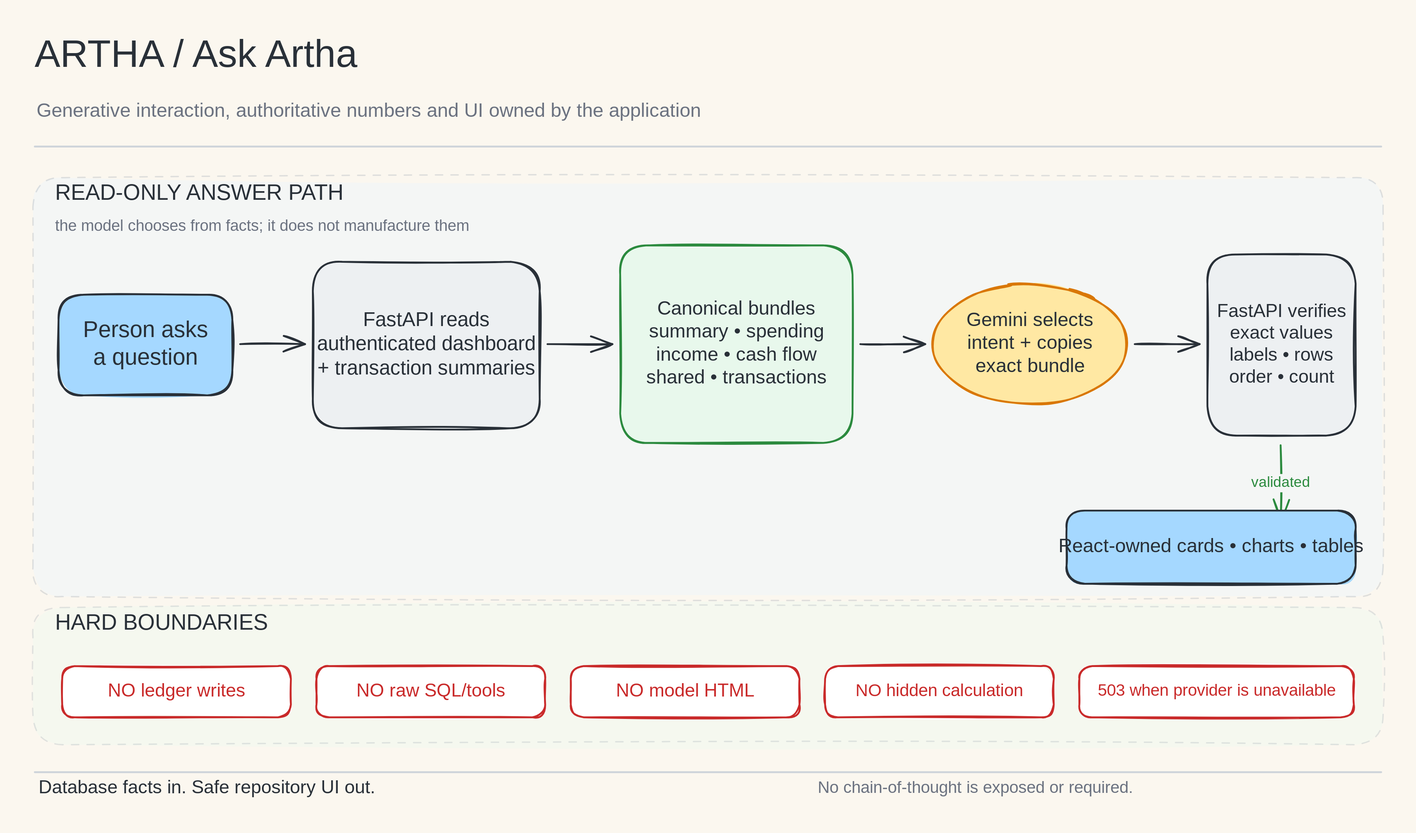
Earlier version of the Excalidraw export docs/artifacts/architecture/diagrams/artha-ask-artha.svg (snayan06/artha). Source tidied: one line per element, renumbered; positions are measured from the earlier drawing's top-left corner, leaving out a move shared by most shapes.
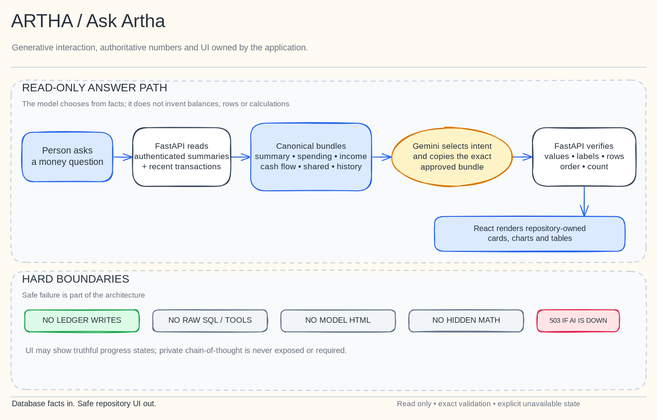
The same file after the commit.

Commit message:
docs: polish architecture diagram layouts

What changed in the source:
```diff
@@ -1,39 +1,40 @@
-{"id": 0, "type": "text", "text": "ARTHA / Ask Artha", "strokeColor": "#293038", "strokeWidth": 2, "roughness": 1, "fontSize": 42, "fontFamily": 5, "verticalAlign": "middle", "x": 2, "y": 0, "width": 349, "height": 52}
+{"id": 0, "type": "text", "text": "ARTHA / Ask Artha", "strokeColor": "#27313d", "strokeWidth": 2, "roughness": 1, "fontSize": 40, "fontFamily": 5, "verticalAlign": "middle", "x": -6, "y": -15, "width": 332, "height": 50}
-{"id": 1, "type": "text", "text": "Generative interaction, authoritative numbers and UI owned by the application", "strokeColor": "#6b7280", "strokeWidth": 2, "roughness": 1, "fontSize": 21, "fontFamily": 5, "verticalAlign": "middle", "x": 4, "y": 73, "width": 661, "height": 26}
-{"id": 2, "type": "line", "strokeColor": "#ced4da", "strokeWidth": 2, "roughness": 0, "x": 2, "y": 124, "width": 1472, "height": 0, "points": [[0, 0], [1472, 0]]}
-{"id": 3, "type": "rectangle", "strokeColor": "#adb5bd", "backgroundColor": "#e7f5ff", "fillStyle": "solid", "strokeWidth": 1, "strokeStyle": "dashed", "roughness": 1, "opacity": 38, "round": true, "x": 0, "y": 158, "width": 1476, "height": 458}
+{"id": 39, "type": "text", "text": "Generative interaction, authoritative numbers and UI owned by the application.", "strokeColor": "#6b7280", "strokeWidth": 2, "roughness": 1, "fontSize": 19, "fontFamily": 5, "verticalAlign": "middle", "x": -4, "y": 54, "width": 603, "height": 24}
+{"id": 40, "type": "line", "strokeColor": "#cbd5e1", "strokeWidth": 2, "roughness": 0, "x": -6, "y": 108, "width": 1388, "height": 0, "points": [[0, 0], [1388, 0]]}
+{"id": 41, "type": "rectangle", "strokeColor": "#cbd5e1", "backgroundColor": "#f8fafc", "fillStyle": "solid", "strokeWidth": 2, "strokeStyle": "dashed", "roughness": 1, "round": true, "x": -6, "y": 136, "width": 1388, "height": 398}
-{"id": 4, "type": "text", "text": "READ-ONLY ANSWER PATH", "strokeColor": "#293038", "strokeWidth": 2, "roughness": 1, "fontSize": 24, "fontFamily": 5, "verticalAlign": "middle", "x": 24, "y": 161, "width": 309, "height": 30}
+{"id": 4, "type": "text", "text": "READ-ONLY ANSWER PATH", "strokeColor": "#27313d", "strokeWidth": 2, "roughness": 1, "fontSize": 24, "fontFamily": 5, "verticalAlign": "middle", "x": 18, "y": 139, "width": 309, "height": 30}
-{"id": 5, "type": "text", "text": "the model chooses from facts; it does not manufacture them", "strokeColor": "#6b7280", "strokeWidth": 2, "roughness": 1, "fontSize": 17, "fontFamily": 5, "verticalAlign": "middle", "x": 24, "y": 202, "width": 406, "height": 21}
-{"id": 6, "type": "rectangle", "strokeColor": "#293038", "backgroundColor": "#a5d8ff", "fillStyle": "solid", "strokeWidth": 2, "roughness": 1, "round": true, "x": 28, "y": 286, "width": 190, "height": 110}
-{"id": 7, "type": "arrow", "strokeColor": "#293038", "strokeWidth": 2, "roughness": 1, "endArrowhead": "arrow", "x": 226, "y": 340, "width": 71, "height": 0, "points": [[0, 0], [71, 0]]}
-{"id": 8, "type": "rectangle", "strokeColor": "#293038", "backgroundColor": "#edf0f2", "fillStyle": "solid", "strokeWidth": 2, "roughness": 1, "round": true, "x": 306, "y": 250, "width": 248, "height": 182}
-{"id": 9, "type": "arrow", "strokeColor": "#293038", "strokeWidth": 2, "roughness": 1, "endArrowhead": "arrow", "x": 562, "y": 340, "width": 71, "height": 0, "points": [[0, 0], [71, 0]]}
-{"id": 10, "type": "rectangle", "strokeColor": "#2b8a3e", "backgroundColor": "#e8f8ec", "fillStyle": "solid", "strokeWidth": 2, "roughness": 1, "round": true, "x": 642, "y": 232, "width": 254, "height": 216}
-{"id": 11, "type": "arrow", "strokeColor": "#293038", "strokeWidth": 2, "roughness": 1, "endArrowhead": "arrow", "x": 904, "y": 340, "width": 71, "height": 0, "points": [[0, 0], [71, 0]]}
-{"id": 12, "type": "ellipse", "strokeColor": "#d97706", "backgroundColor": "#ffe8a3", "fillStyle": "solid", "strokeWidth": 2, "roughness": 1, "x": 984, "y": 274, "width": 212, "height": 132}
-{"id": 13, "type": "arrow", "strokeColor": "#293038", "strokeWidth": 2, "roughness": 1, "endArrowhead": "arrow", "x": 1204, "y": 340, "width": 71, "height": 0, "points": [[0, 0], [71, 0]]}
-{"id": 14, "type": "rectangle", "strokeColor": "#293038", "backgroundColor": "#edf0f2", "fillStyle": "solid", "strokeWidth": 2, "roughness": 1, "round": true, "x": 1284, "y": 242, "width": 162, "height": 198}
-{"id": 15, "type": "arrow", "strokeColor": "#2b8a3e", "strokeWidth": 2, "roughness": 1, "endArrowhead": "arrow", "x": 1364, "y": 451, "width": 0, "height": 83, "points": [[0, 0], [0, 83]]}
-{"id": 16, "type": "rectangle", "strokeColor": "#293038", "backgroundColor": "#a5d8ff", "fillStyle": "solid", "strokeWidth": 2, "roughness": 1, "round": true, "x": 1130, "y": 522, "width": 316, "height": 80}
-{"id": 17, "type": "rectangle", "strokeColor": "#adb5bd", "backgroundColor": "#e8f8ec", "fillStyle": "solid", "strokeWidth": 1, "strokeStyle": "dashed", "roughness": 1, "opacity": 34, "round": true, "x": 0, "y": 628, "width": 1476, "height": 150}
+{"id": 42, "type": "text", "text": "The model chooses from facts; it does not invent balances, rows or calculations", "strokeColor": "#6b7280", "strokeWidth": 2, "roughness": 1, "fontSize": 16, "fontFamily": 5, "verticalAlign": "middle", "x": 18, "y": 179, "width": 508, "height": 20}
+{"id": 43, "type": "arrow", "strokeColor": "#2563eb", "strokeWidth": 2, "roughness": 1, "endArrowhead": "arrow", "x": 216, "y": 304, "width": 43, "height": 0, "points": [[0, 0], [43, 0]]}
+{"id": 44, "type": "arrow", "strokeColor": "#2563eb", "strokeWidth": 2, "roughness": 1, "endArrowhead": "arrow", "x": 474, "y": 304, "width": 43, "height": 0, "points": [[0, 0], [43, 0]]}
+{"id": 45, "type": "arrow", "strokeColor": "#2563eb", "strokeWidth": 2, "roughness": 1, "endArrowhead": "arrow", "x": 782, "y": 304, "width": 43, "height": 0, "points": [[0, 0], [43, 0]]}
+{"id": 46, "type": "arrow", "strokeColor": "#2563eb", "strokeWidth": 2, "roughness": 1, "endArrowhead": "arrow", "x": 1090, "y": 304, "width": 43, "height": 0, "points": [[0, 0], [43, 0]]}
+{"id": 47, "type": "rectangle", "strokeColor": "#2563eb", "backgroundColor": "#dbeafe", "fillStyle": "solid", "strokeWidth": 2, "roughness": 1, "round": true, "x": 18, "y": 250, "width": 198, "height": 108}
+{"id": 48, "type": "rectangle", "strokeColor": "#334155", "backgroundColor": "#ffffff", "fillStyle": "solid", "strokeWidth": 2, "roughness": 1, "round": true, "x": 260, "y": 240, "width": 214, "height": 128}
+{"id": 49, "type": "rectangle", "strokeColor": "#2563eb", "backgroundColor": "#dbeafe", "fillStyle": "solid", "strokeWidth": 2, "roughness": 1, "round": true, "x": 518, "y": 230, "width": 264, "height": 148}
+{"id": 50, "type": "ellipse", "strokeColor": "#d97706", "backgroundColor": "#fef3c7", "fillStyle": "solid", "strokeWidth": 2, "roughness": 1, "x": 826, "y": 240, "width": 264, "height": 128}
+{"id": 51, "type": "rectangle", "strokeColor": "#334155", "backgroundColor": "#ffffff", "fillStyle": "solid", "strokeWidth": 2, "roughness": 1, "round": true, "x": 1134, "y": 240, "width": 226, "height": 128}
+{"id": 52, "type": "arrow", "strokeColor": "#2563eb", "strokeWidth": 2, "roughness": 1, "endArrowhead": "arrow", "x": 1247, "y": 369, "width": 0, "height": 65, "points": [[0, 0], [0, 65]]}
+{"id": 53, "type": "rectangle", "strokeColor": "#2563eb", "backgroundColor": "#dbeafe", "fillStyle": "solid", "strokeWidth": 2, "roughness": 1, "round": true, "x": 920, "y": 434, "width": 416, "height": 76}
+{"id": 54, "type": "rectangle", "strokeColor": "#cbd5e1", "backgroundColor": "#f8fafc", "fillStyle": "solid", "strokeWidth": 2, "strokeStyle": "dashed", "roughness": 1, "round": true, "x": -6, "y": 554, "width": 1388, "height": 258}
-{"id": 18, "type": "text", "text": "HARD BOUNDARIES", "strokeColor": "#293038", "strokeWidth": 2, "roughness": 1, "fontSize": 24, "fontFamily": 5, "verticalAlign": "middle", "x": 24, "y": 631, "width": 229, "height": 30}
+{"id": 18, "type": "text", "text": "HARD BOUNDARIES", "strokeColor": "#27313d", "strokeWidth": 2, "roughness": 1, "fontSize": 24, "fontFamily": 5, "verticalAlign": "middle", "x": 18, "y": 557, "width": 229, "height": 30}
-{"id": 19, "type": "rectangle", "strokeColor": "#c92a2a", "backgroundColor": "#ffffff", "fillStyle": "solid", "strokeWidth": 2, "roughness": 1, "round": true, "x": 32, "y": 692, "width": 250, "height": 56}
-{"id": 20, "type": "rectangle", "strokeColor": "#c92a2a", "backgroundColor": "#ffffff", "fillStyle": "solid", "strokeWidth": 2, "roughness": 1, "round": true, "x": 310, "y": 692, "width": 250, "height": 56}
-{"id": 21, "type": "rectangle", "strokeColor": "#c92a2a", "backgroundColor": "#ffffff", "fillStyle": "solid", "strokeWidth": 2, "roughness": 1, "round": true, "x": 588, "y": 692, "width": 250, "height": 56}
-{"id": 22, "type": "rectangle", "strokeColor": "#c92a2a", "backgroundColor": "#ffffff", "fillStyle": "solid", "strokeWidth": 2, "roughness": 1, "round": true, "x": 866, "y": 692, "width": 250, "height": 56}
-{"id": 23, "type": "rectangle", "strokeColor": "#c92a2a", "backgroundColor": "#ffffff", "fillStyle": "solid", "strokeWidth": 2, "roughness": 1, "round": true, "x": 1144, "y": 692, "width": 300, "height": 56}
-{"id": 24, "type": "line", "strokeColor": "#ced4da", "strokeWidth": 2, "roughness": 0, "x": 2, "y": 808, "width": 1472, "height": 0, "points": [[0, 0], [1472, 0]]}
+{"id": 55, "type": "text", "text": "Safe failure is part of the architecture", "strokeColor": "#6b7280", "strokeWidth": 2, "roughness": 1, "fontSize": 16, "fontFamily": 5, "verticalAlign": "middle", "x": 18, "y": 597, "width": 238, "height": 20}
+{"id": 56, "type": "rectangle", "strokeColor": "#16a34a", "backgroundColor": "#dcfce7", "fillStyle": "solid", "strokeWidth": 2, "roughness": 1, "round": true, "x": 24, "y": 638, "width": 250, "height": 48}
+{"id": 57, "type": "rectangle", "strokeColor": "#64748b", "backgroundColor": "#f1f5f9", "fillStyle": "solid", "strokeWidth": 2, "roughness": 1, "round": true, "x": 304, "y": 638, "width": 250, "height": 48}
+{"id": 58, "type": "rectangle", "strokeColor": "#64748b", "backgroundColor": "#f1f5f9", "fillStyle": "solid", "strokeWidth": 2, "roughness": 1, "round": true, "x": 584, "y": 638, "width": 250, "height": 48}
+{"id": 59, "type": "rectangle", "strokeColor": "#64748b", "backgroundColor": "#f1f5f9", "fillStyle": "solid", "strokeWidth": 2, "roughness": 1, "round": true, "x": 864, "y": 638, "width": 250, "height": 48}
+{"id": 60, "type": "rectangle", "strokeColor": "#e11d48", "backgroundColor": "#ffe4e6", "fillStyle": "solid", "strokeWidth": 2, "roughness": 1, "round": true, "x": 1144, "y": 638, "width": 180, "height": 48}
+{"id": 61, "type": "text", "text": "UI may show truthful progress states; private chain-of-thought is never exposed or required.", "strokeColor": "#6b7280", "strokeWidth": 2, "roughness": 1, "fontSize": 17, "fontFamily": 5, "verticalAlign": "middle", "x": 26, "y": 718, "width": 626, "height": 21}
+{"id": 62, "type": "line", "strokeColor": "#cbd5e1", "strokeWidth": 2, "roughness": 0, "x": -6, "y": 828, "width": 1388, "height": 0, "points": [[0, 0], [1388, 0]]}
-{"id": 25, "type": "text", "text": "Database facts in. Safe repository UI out.", "strokeColor": "#293038", "strokeWidth": 2, "roughness": 1, "fontSize": 20, "fontFamily": 5, "verticalAlign": "middle", "x": 6, "y": 814, "width": 330, "height": 25}
+{"id": 25, "type": "text", "text": "Database facts in. Safe repository UI out.", "strokeColor": "#27313d", "strokeWidth": 2, "roughness": 1, "fontSize": 17, "fontFamily": 5, "verticalAlign": "middle", "x": -4, "y": 834, "width": 280, "height": 21}
-{"id": 26, "type": "text", "text": "No chain-of-thought is exposed or required.", "strokeColor": "#6b7280", "strokeWidth": 2, "roughness": 1, "fontSize": 18, "fontFamily": 5, "verticalAlign": "middle", "x": 858, "y": 815, "width": 316, "height": 22}
-{"id": 27, "type": "text", "text": "Person asks\na question", "strokeColor": "#293038", "strokeWidth": 2, "roughness": 1, "fontSize": 25, "fontFamily": 5, "textAlign": "center", "verticalAlign": "middle", "inside": 6, "x": 64, "y": 311, "width": 117, "height": 60}
-{"id": 28, "type": "text", "text": "FastAPI reads\nauthenticated dashboard\n+ transaction summaries", "strokeColor": "#293038", "strokeWidth": 2, "roughness": 1, "fontSize": 22, "fontFamily": 5, "textAlign": "center", "verticalAlign": "middle", "inside": 8, "x": 322, "y": 302, "width": 215, "height": 79}
-{"id": 29, "type": "text", "text": "Canonical bundles\nsummary • spending\nincome • cash flow\nshared • transactions", "strokeColor": "#293038", "strokeWidth": 2, "roughness": 1, "fontSize": 21, "fontFamily": 5, "textAlign": "center", "verticalAlign": "middle", "inside": 10, "x": 683, "y": 290, "width": 173, "height": 101}
-{"id": 30, "type": "text", "text": "Gemini selects\nintent + copies\nexact bundle", "strokeColor": "#293038", "strokeWidth": 2, "roughness": 1, "fontSize": 21, "fontFamily": 5, "textAlign": "center", "verticalAlign": "middle", "inside": 12, "x": 1028, "y": 302, "width": 124, "height": 76}
-{"id": 31, "type": "text", "text": "FastAPI verifies\nexact values\nlabels • rows\norder • count", "strokeColor": "#293038", "strokeWidth": 2, "roughness": 1, "fontSize": 20, "fontFamily": 5, "textAlign": "center", "verticalAlign": "middle", "inside": 14, "x": 1300, "y": 293, "width": 129, "height": 96}
-{"id": 32, "type": "text", "text": "validated", "strokeColor": "#2b8a3e", "strokeWidth": 2, "roughness": 1, "fontSize": 16, "fontFamily": 5, "textAlign": "center", "verticalAlign": "middle", "inside": 15, "x": 1335, "y": 482, "width": 59, "height": 20}
-{"id": 33, "type": "text", "text": "React-owned cards • charts • tables", "strokeColor": "#293038", "strokeWidth": 2, "roughness": 1, "fontSize": 21, "fontFamily": 5, "textAlign": "center", "verticalAlign": "middle", "inside": 16, "x": 1140, "y": 550, "width": 295, "height": 25}
-{"id": 34, "type": "text", "text": "NO ledger writes", "strokeColor": "#c92a2a", "strokeWidth": 2, "roughness": 1, "fontSize": 20, "fontFamily": 5, "textAlign": "center", "verticalAlign": "middle", "inside": 19, "x": 88, "y": 708, "width": 138, "height": 24}
-{"id": 35, "type": "text", "text": "NO raw SQL/tools", "strokeColor": "#c92a2a", "strokeWidth": 2, "roughness": 1, "fontSize": 20, "fontFamily": 5, "textAlign": "center", "verticalAlign": "middle", "inside": 20, "x": 359, "y": 708, "width": 151, "height": 24}
-{"id": 36, "type": "text", "text": "NO model HTML", "strokeColor": "#c92a2a", "strokeWidth": 2, "roughness": 1, "fontSize": 20, "fontFamily": 5, "textAlign": "center", "verticalAlign": "middle", "inside": 21, "x": 640, "y": 708, "width": 146, "height": 24}
-{"id": 37, "type": "text", "text": "NO hidden calculation", "strokeColor": "#c92a2a", "strokeWidth": 2, "roughness": 1, "fontSize": 19, "fontFamily": 5, "textAlign": "center", "verticalAlign": "middle", "inside": 22, "x": 905, "y": 709, "width": 172, "height": 23}
-{"id": 38, "type": "text", "text": "503 when provider is unavailable", "strokeColor": "#c92a2a", "strokeWidth": 2, "roughness": 1, "fontSize": 18, "fontFamily": 5, "textAlign": "center", "verticalAlign": "middle", "inside": 23, "x": 1174, "y": 709, "width": 240, "height": 22}
+{"id": 63, "type": "text", "text": "Read only • exact validation • explicit unavailable state", "strokeColor": "#6b7280", "strokeWidth": 2, "roughness": 1, "fontSize": 16, "fontFamily": 5, "verticalAlign": "middle", "x": 838, "y": 834, "width": 353, "height": 20}
+{"id": 64, "type": "text", "text": "Person asks\na money question", "strokeColor": "#27313d", "strokeWidth": 2, "roughness": 1, "fontSize": 20, "fontFamily": 5, "textAlign": "center", "verticalAlign": "middle", "inside": 47, "x": 46, "y": 279, "width": 141, "height": 50}
+{"id": 65, "type": "text", "text": "FastAPI reads\nauthenticated summaries\n+ recent transactions", "strokeColor": "#27313d", "strokeWidth": 2, "roughness": 1, "fontSize": 18, "fontFamily": 5, "textAlign": "center", "verticalAlign": "middle", "inside": 48, "x": 278, "y": 270, "width": 178, "height": 68}
+{"id": 66, "type": "text", "text": "Canonical bundles\nsummary • spending • income\ncash flow • shared • history", "strokeColor": "#27313d", "strokeWidth": 2, "roughness": 1, "fontSize": 18, "fontFamily": 5, "textAlign": "center", "verticalAlign": "middle", "inside": 49, "x": 542, "y": 270, "width": 216, "height": 68}
+{"id": 67, "type": "text", "text": "Gemini selects intent\nand copies the exact\napproved bundle", "strokeColor": "#27313d", "strokeWidth": 2, "roughness": 1, "fontSize": 18, "fontFamily": 5, "textAlign": "center", "verticalAlign": "middle", "inside": 50, "x": 882, "y": 271, "width": 152, "height": 68}
+{"id": 68, "type": "text", "text": "FastAPI verifies\nvalues • labels • rows\norder • count", "strokeColor": "#27313d", "strokeWidth": 2, "roughness": 1, "fontSize": 18, "fontFamily": 5, "textAlign": "center", "verticalAlign": "middle", "inside": 51, "x": 1170, "y": 270, "width": 154, "height": 68}
+{"id": 69, "type": "text", "text": "React renders repository-owned\ncards, charts and tables", "strokeColor": "#27313d", "strokeWidth": 2, "roughness": 1, "fontSize": 17, "fontFamily": 5, "textAlign": "center", "verticalAlign": "middle", "inside": 53, "x": 1019, "y": 451, "width": 217, "height": 42}
+{"id": 70, "type": "text", "text": "NO LEDGER WRITES", "strokeColor": "#27313d", "strokeWidth": 2, "roughness": 1, "fontSize": 17, "fontFamily": 5, "textAlign": "center", "verticalAlign": "middle", "inside": 56, "x": 67, "y": 652, "width": 163, "height": 21}
+{"id": 71, "type": "text", "text": "NO RAW SQL / TOOLS", "strokeColor": "#27313d", "strokeWidth": 2, "roughness": 1, "fontSize": 17, "fontFamily": 5, "textAlign": "center", "verticalAlign": "middle", "inside": 57, "x": 343, "y": 652, "width": 171, "height": 21}
+{"id": 72, "type": "text", "text": "NO MODEL HTML", "strokeColor": "#27313d", "strokeWidth": 2, "roughness": 1, "fontSize": 17, "fontFamily": 5, "textAlign": "center", "verticalAlign": "middle", "inside": 58, "x": 638, "y": 652, "width": 142, "height": 21}
+{"id": 73, "type": "text", "text": "NO HIDDEN MATH", "strokeColor": "#27313d", "strokeWidth": 2, "roughness": 1, "fontSize": 17, "fontFamily": 5, "textAlign": "center", "verticalAlign": "middle", "inside": 59, "x": 916, "y": 652, "width": 146, "height": 21}
+{"id": 74, "type": "text", "text": "503 IF AI IS DOWN", "strokeColor": "#27313d", "strokeWidth": 2, "roughness": 1, "fontSize": 15, "fontFamily": 5, "textAlign": "center", "verticalAlign": "middle", "inside": 60, "x": 1171, "y": 653, "width": 127, "height": 19}
```
